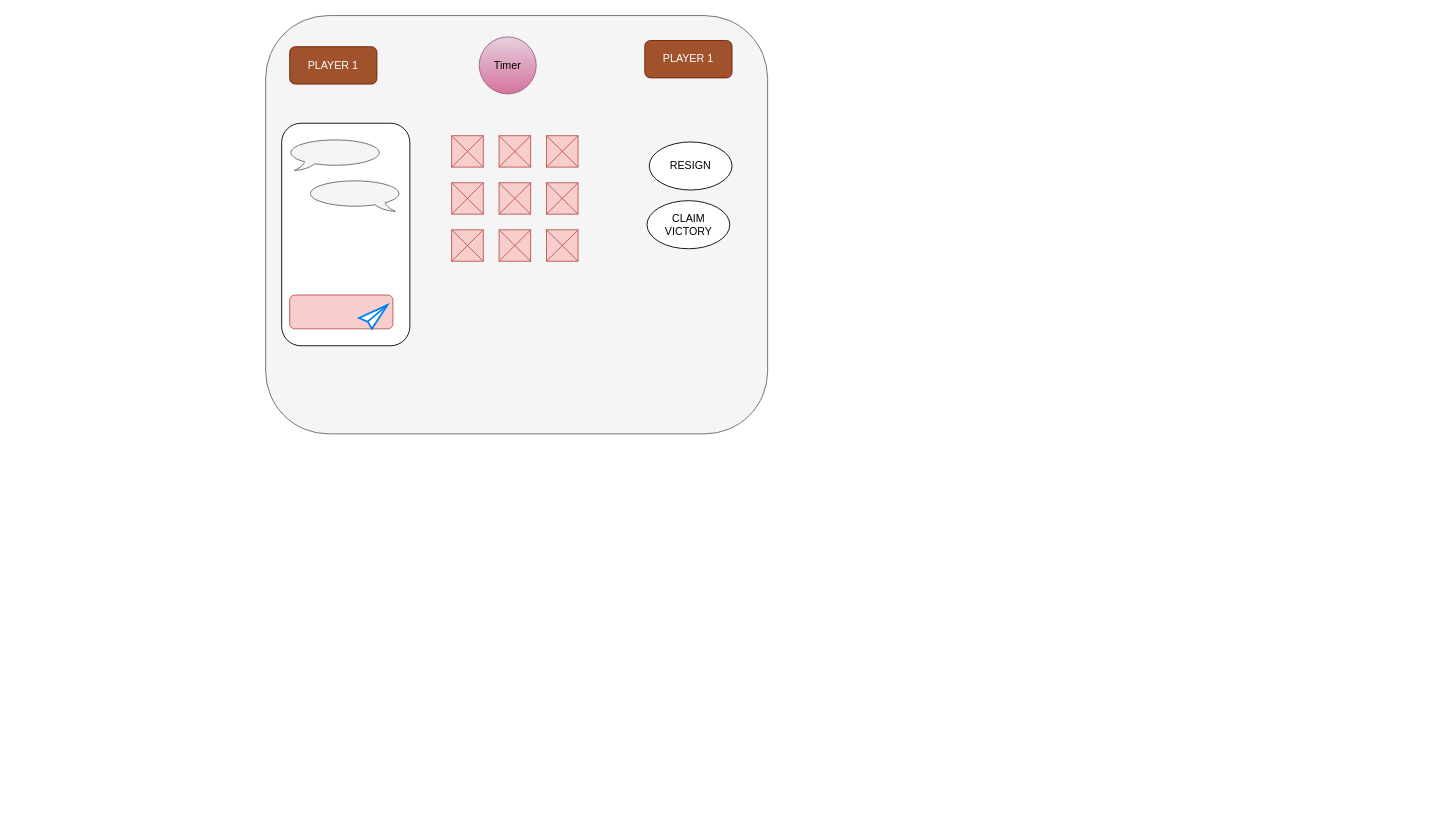
Before: Docs/TicTacToe.drawio in Mohamed-Kalandar-Sulaiman/TicTacToe, a draw.io diagram. Source tidied: cells renumbered, new cells numbered last; positions are measured from the earlier drawing's top-left corner, leaving out a move shared by most shapes. Both pictures are drawn from the tidied source at 89%, with x=0, y=0 at pixel (265, 15).
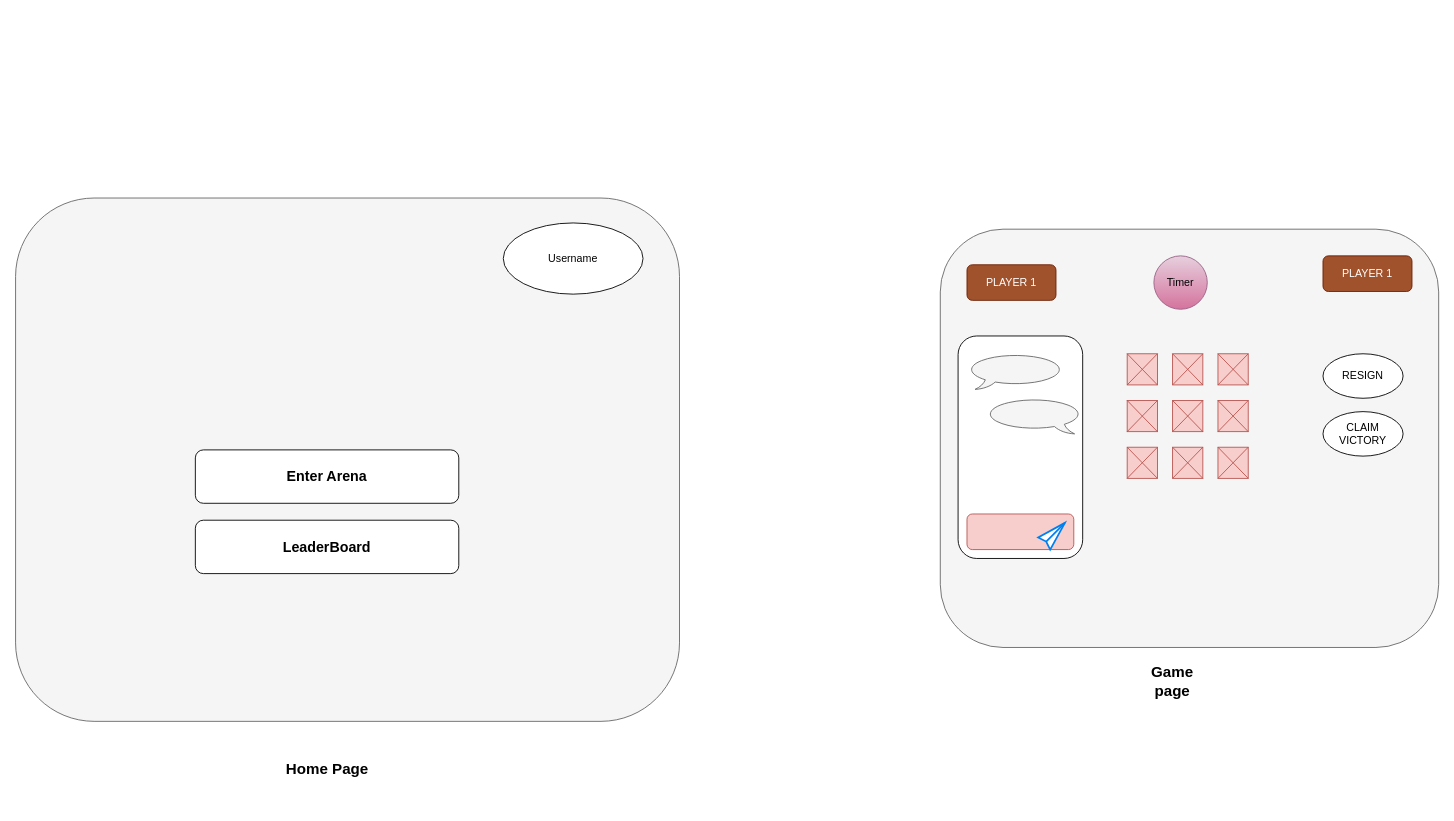
After the change.

The edit, as a diff of the source:
```diff
@@
 <mxGraphModel>
   <root>
     <mxCell id="0" />
     <mxCell id="1" parent="0" />
-    <mxCell id="2" style="rounded=1;whiteSpace=wrap;html=1;fillColor=#f5f5f5;strokeColor=#666666;fontColor=#333333;" parent="1" vertex="1">
-      <mxGeometry width="564" height="470" as="geometry" />
+    <mxCell id="2" style="rounded=1;whiteSpace=wrap;html=1;fillColor=#f5f5f5;strokeColor=#666666;fontColor=#333333;shadow=0;" parent="1" vertex="1">
+      <mxGeometry x="758" y="240" width="560" height="470" as="geometry" />
     </mxCell>
-    <mxCell id="3" value="Timer" style="ellipse;whiteSpace=wrap;html=1;fillColor=#e6d0de;gradientColor=#d5739d;strokeColor=#996185;" parent="1" vertex="1">
-      <mxGeometry x="240" y="24" width="64" height="64" as="geometry" />
+    <mxCell id="3" value="Timer" style="ellipse;whiteSpace=wrap;html=1;fillColor=#e6d0de;gradientColor=#d5739d;strokeColor=#996185;shadow=0;" parent="1" vertex="1">
+      <mxGeometry x="998" y="270" width="60" height="60" as="geometry" />
     </mxCell>
-    <mxCell id="4" value="PLAYER 1" style="rounded=1;whiteSpace=wrap;html=1;fillColor=#a0522d;fontColor=#ffffff;strokeColor=#6D1F00;" parent="1" vertex="1">
-      <mxGeometry x="27" y="35" width="98" height="42" as="geometry" />
+    <mxCell id="4" value="PLAYER 1" style="rounded=1;whiteSpace=wrap;html=1;fillColor=#a0522d;fontColor=#ffffff;strokeColor=#6D1F00;shadow=0;" parent="1" vertex="1">
+      <mxGeometry x="788" y="280" width="100" height="40" as="geometry" />
     </mxCell>
-    <mxCell id="5" value="PLAYER 1" style="rounded=1;whiteSpace=wrap;html=1;fillColor=#a0522d;strokeColor=#6D1F00;fontColor=#ffffff;" parent="1" vertex="1">
-      <mxGeometry x="426" y="28" width="98" height="42" as="geometry" />
+    <mxCell id="5" value="PLAYER 1" style="rounded=1;whiteSpace=wrap;html=1;fillColor=#a0522d;strokeColor=#6D1F00;fontColor=#ffffff;shadow=0;" parent="1" vertex="1">
+      <mxGeometry x="1188" y="270" width="100" height="40" as="geometry" />
     </mxCell>
     <mxCell id="6" style="verticalLabelPosition=bottom;verticalAlign=top;html=1;shadow=0;dashed=0;strokeWidth=1;shape=mxgraph.ios.iIconGrid;gridSize=3,3;fillColor=#f8cecc;strokeColor=#b85450;" parent="1" vertex="1">
-      <mxGeometry x="209" y="135" width="142" height="141" as="geometry" />
+      <mxGeometry x="968" y="380" width="136" height="140" as="geometry" />
     </mxCell>
-    <mxCell id="7" value="RESIGN" style="ellipse;whiteSpace=wrap;html=1;" parent="1" vertex="1">
-      <mxGeometry x="431" y="142" width="93" height="54" as="geometry" />
+    <mxCell id="7" value="RESIGN" style="ellipse;whiteSpace=wrap;html=1;shadow=0;" parent="1" vertex="1">
+      <mxGeometry x="1188" y="380" width="90" height="50" as="geometry" />
     </mxCell>
-    <mxCell id="8" value="CLAIM VICTORY" style="ellipse;whiteSpace=wrap;html=1;" parent="1" vertex="1">
-      <mxGeometry x="428.5" y="208" width="93" height="54" as="geometry" />
+    <mxCell id="8" value="CLAIM VICTORY" style="ellipse;whiteSpace=wrap;html=1;shadow=0;" parent="1" vertex="1">
+      <mxGeometry x="1188" y="445" width="90" height="50" as="geometry" />
     </mxCell>
-    <mxCell id="9" style="rounded=1;whiteSpace=wrap;html=1;" parent="1" vertex="1">
-      <mxGeometry x="18" y="121" width="144" height="250" as="geometry" />
+    <mxCell id="9" style="rounded=1;whiteSpace=wrap;html=1;shadow=0;" parent="1" vertex="1">
+      <mxGeometry x="778" y="360" width="140" height="250" as="geometry" />
     </mxCell>
-    <mxCell id="10" style="whiteSpace=wrap;html=1;shape=mxgraph.basic.oval_callout;fillColor=#f5f5f5;fontColor=#333333;strokeColor=#666666;" parent="1" vertex="1">
-      <mxGeometry x="23" y="138" width="111" height="36" as="geometry" />
+    <mxCell id="10" style="whiteSpace=wrap;html=1;shape=mxgraph.basic.oval_callout;fillColor=#f5f5f5;fontColor=#333333;strokeColor=#666666;shadow=0;" parent="1" vertex="1">
+      <mxGeometry x="788" y="380" width="110" height="40" as="geometry" />
     </mxCell>
-    <mxCell id="11" style="whiteSpace=wrap;html=1;shape=mxgraph.basic.oval_callout;fillColor=#f5f5f5;fontColor=#333333;strokeColor=#666666;flipH=1;" parent="1" vertex="1">
-      <mxGeometry x="44" y="184" width="111" height="36" as="geometry" />
+    <mxCell id="11" style="whiteSpace=wrap;html=1;shape=mxgraph.basic.oval_callout;fillColor=#f5f5f5;fontColor=#333333;strokeColor=#666666;flipH=1;shadow=0;" parent="1" vertex="1">
+      <mxGeometry x="808" y="430" width="110" height="40" as="geometry" />
     </mxCell>
-    <mxCell id="12" style="rounded=1;whiteSpace=wrap;html=1;fillColor=#f8cecc;strokeColor=#b85450;" parent="1" vertex="1">
-      <mxGeometry x="27" y="314" width="116" height="38" as="geometry" />
+    <mxCell id="12" style="rounded=1;whiteSpace=wrap;html=1;fillColor=#f8cecc;strokeColor=#b85450;shadow=0;" parent="1" vertex="1">
+      <mxGeometry x="788" y="560" width="120" height="40" as="geometry" />
     </mxCell>
     <mxCell id="13" style="html=1;verticalLabelPosition=bottom;align=center;labelBackgroundColor=#ffffff;verticalAlign=top;strokeWidth=2;strokeColor=#0080F0;shadow=0;dashed=0;shape=mxgraph.ios7.icons.pointer;" parent="1" vertex="1">
-      <mxGeometry x="105" y="325" width="32" height="27" as="geometry" />
+      <mxGeometry x="868" y="570" width="30" height="30" as="geometry" />
     </mxCell>
+    <mxCell id="14" value="&lt;font style=&quot;font-size: 17px;&quot;&gt;Game page&lt;/font&gt;" style="text;html=1;align=center;verticalAlign=middle;whiteSpace=wrap;rounded=0;fontStyle=1;" parent="1" vertex="1">
+      <mxGeometry x="989" y="734" width="60" height="30" as="geometry" />
+    </mxCell>
+    <mxCell id="15" style="rounded=1;whiteSpace=wrap;html=1;fillColor=#f5f5f5;fontColor=#333333;strokeColor=#666666;" parent="1" vertex="1">
+      <mxGeometry x="-281" y="205" width="746" height="588" as="geometry" />
+    </mxCell>
+    <mxCell id="16" value="Username" style="ellipse;whiteSpace=wrap;html=1;" parent="1" vertex="1">
+      <mxGeometry x="267" y="233" width="157" height="80" as="geometry" />
+    </mxCell>
+    <mxCell id="17" value="Enter Arena" style="rounded=1;whiteSpace=wrap;html=1;fontSize=16;fontStyle=1;" parent="1" vertex="1">
+      <mxGeometry x="-79" y="488" width="296" height="60" as="geometry" />
+    </mxCell>
+    <mxCell id="18" value="LeaderBoard" style="rounded=1;whiteSpace=wrap;html=1;fontSize=16;fontStyle=1;" parent="1" vertex="1">
+      <mxGeometry x="-79" y="567" width="296" height="60" as="geometry" />
+    </mxCell>
+    <mxCell id="19" value="Home Page" style="text;html=1;align=center;verticalAlign=middle;whiteSpace=wrap;rounded=0;fontSize=17;fontStyle=1;" parent="1" vertex="1">
+      <mxGeometry x="17.5" y="809" width="103" height="78" as="geometry" />
+    </mxCell>
   </root>
 </mxGraphModel>
```
